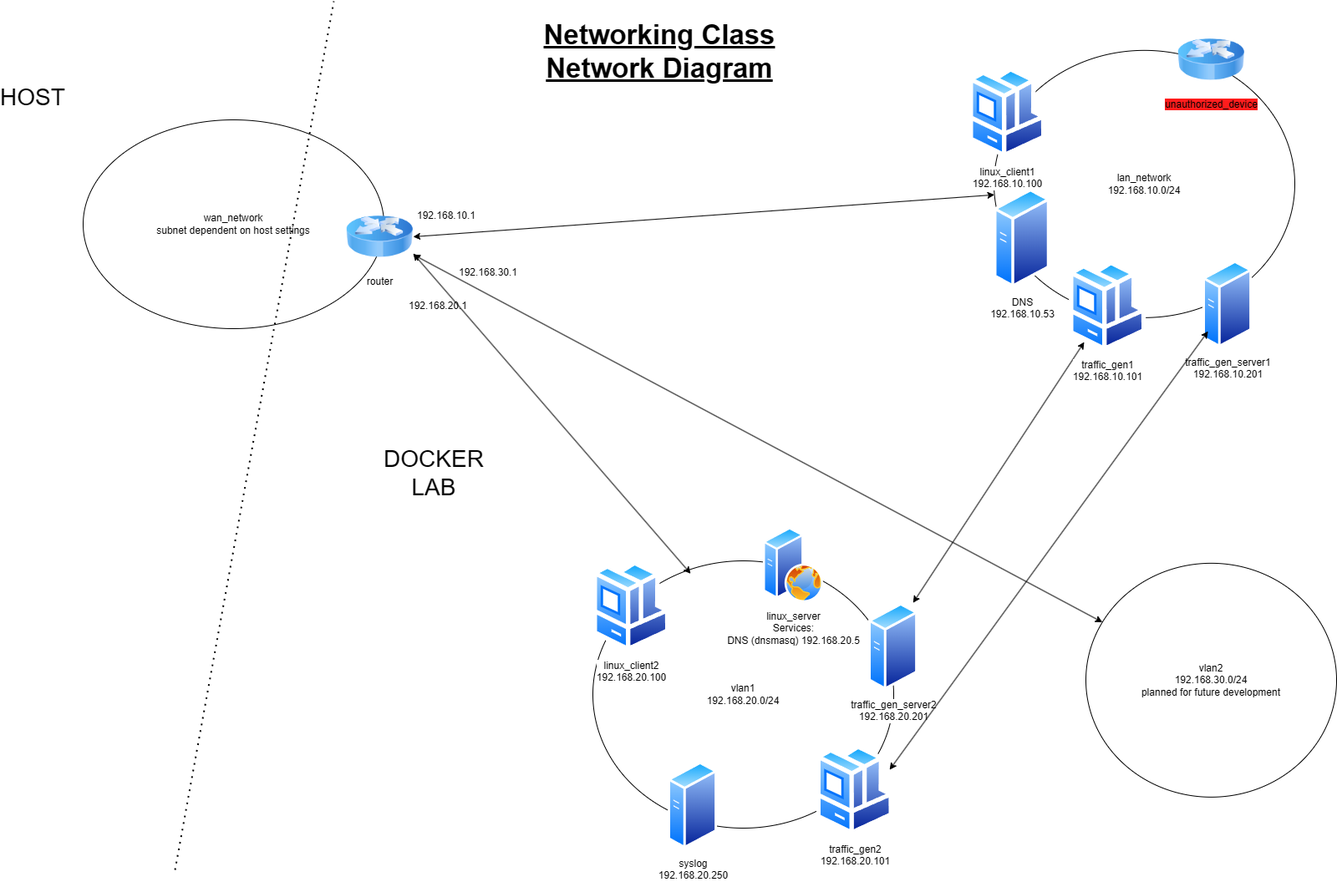
Above: Networking Class January Drill/NetworkingLab.drawio.png in butgreg/Exercises (draw.io), before the change. Source tidied: cells renumbered, new cells last; positions are measured from the earlier drawing's top-left corner, leaving out a move shared by most shapes.
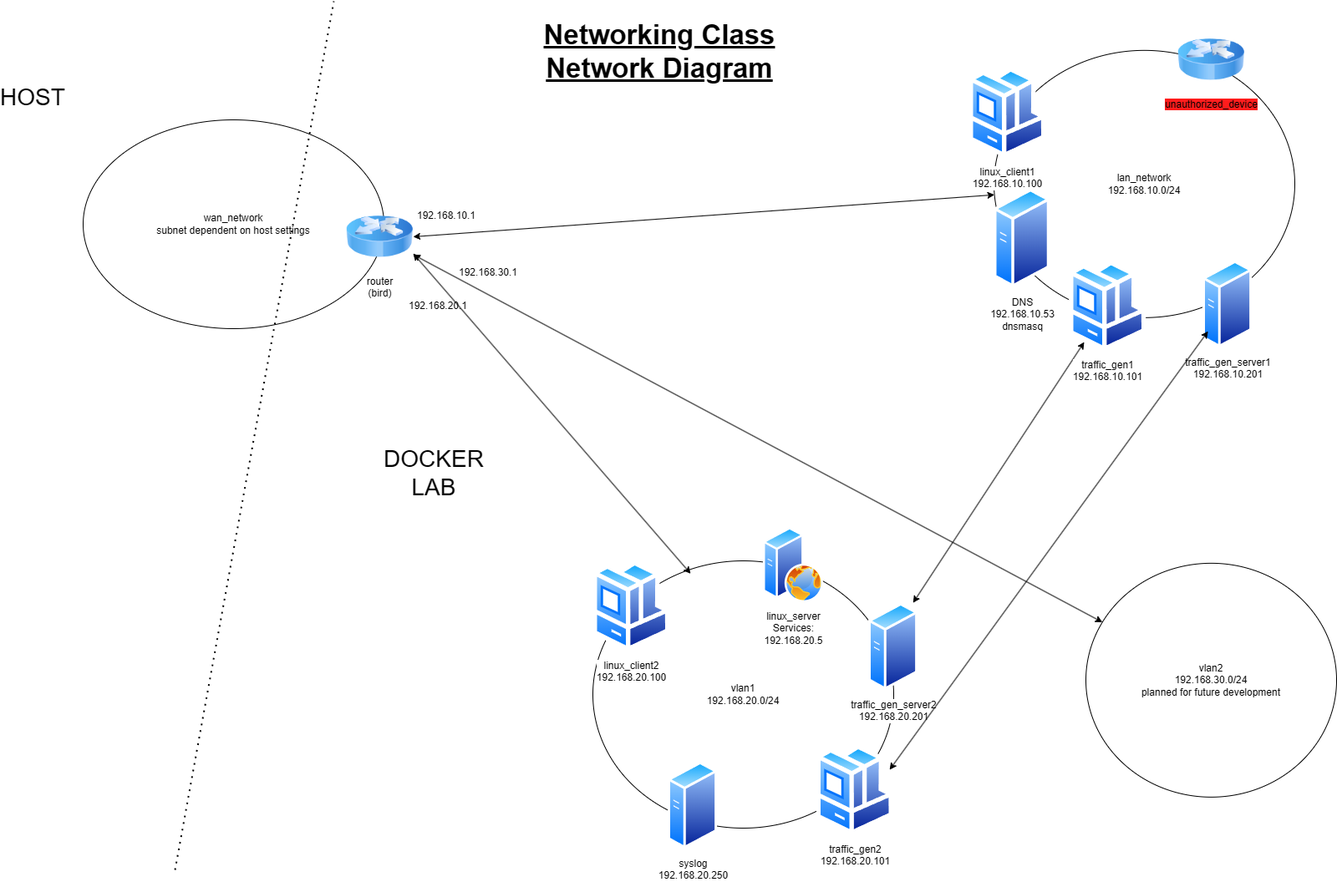
The same diagram one commit later.

Diff of the diagram source:
```diff
@@ -17,7 +17,7 @@
     <mxCell id="5" value="vlan2&lt;div&gt;192.168.30.0/24&lt;br&gt;planned for future development&lt;/div&gt;" style="ellipse;whiteSpace=wrap;html=1;" parent="1" vertex="1">
       <mxGeometry x="1290" y="672.9" width="300" height="280" as="geometry" />
     </mxCell>
-    <mxCell id="6" value="router" style="image;html=1;image=img/lib/clip_art/networking/Router_Icon_128x128.png;" parent="1" vertex="1">
+    <mxCell id="6" value="router&lt;div&gt;(bird)&lt;/div&gt;" style="image;html=1;image=img/lib/clip_art/networking/Router_Icon_128x128.png;" parent="1" vertex="1">
       <mxGeometry x="405" y="242" width="80" height="80" as="geometry" />
     </mxCell>
     <mxCell id="7" value="192.168.10.1" style="text;html=1;align=center;verticalAlign=middle;whiteSpace=wrap;rounded=0;" parent="1" vertex="1">
@@ -47,7 +47,7 @@
     <mxCell id="15" value="192.168.30.1" style="text;html=1;align=center;verticalAlign=middle;whiteSpace=wrap;rounded=0;" parent="1" vertex="1">
       <mxGeometry x="545" y="310" width="60" height="30" as="geometry" />
     </mxCell>
-    <mxCell id="16" value="linux_server&lt;div&gt;Services:&lt;br&gt;DNS (dnsmasq) 192.168.20.5&lt;/div&gt;" style="image;perimeter=ellipsePerimeter;html=1;align=center;shadow=0;dashed=0;spacingTop=3;image=img/lib/active_directory/web_server.svg;" parent="1" vertex="1">
+    <mxCell id="16" value="linux_server&lt;div&gt;Services:&lt;br&gt;192.168.20.5&lt;/div&gt;" style="image;perimeter=ellipsePerimeter;html=1;align=center;shadow=0;dashed=0;spacingTop=3;image=img/lib/active_directory/web_server.svg;" parent="1" vertex="1">
       <mxGeometry x="904" y="630" width="72" height="90" as="geometry" />
     </mxCell>
     <mxCell id="17" value="linux_client2&lt;div&gt;192.168.20.100&lt;/div&gt;" style="image;perimeter=ellipsePerimeter;html=1;align=center;shadow=0;dashed=0;spacingTop=3;image=img/lib/active_directory/workstation_client.svg;" parent="1" vertex="1">
@@ -68,7 +68,7 @@
     <mxCell id="22" value="lan_network&lt;div&gt;192.168.10.0/24&lt;/div&gt;" style="ellipse;whiteSpace=wrap;html=1;" parent="1" vertex="1">
       <mxGeometry x="1180" y="58.8" width="360" height="320" as="geometry" />
     </mxCell>
-    <mxCell id="23" value="DNS&lt;div&gt;192.168.10.53&lt;/div&gt;" style="image;perimeter=ellipsePerimeter;html=1;align=center;shadow=0;dashed=0;spacingTop=3;image=img/lib/active_directory/generic_server.svg;" parent="1" vertex="1">
+    <mxCell id="23" value="DNS&lt;div&gt;192.168.10.53&lt;/div&gt;&lt;div&gt;dnsmasq&lt;/div&gt;" style="image;perimeter=ellipsePerimeter;html=1;align=center;shadow=0;dashed=0;spacingTop=3;image=img/lib/active_directory/generic_server.svg;" parent="1" vertex="1">
       <mxGeometry x="1180" y="223.8" width="67.2" height="120" as="geometry" />
     </mxCell>
     <mxCell id="24" value="linux_client1&lt;div&gt;192.168.10.100&lt;/div&gt;" style="image;perimeter=ellipsePerimeter;html=1;align=center;shadow=0;dashed=0;spacingTop=3;image=img/lib/active_directory/workstation_client.svg;" parent="1" vertex="1">
```
